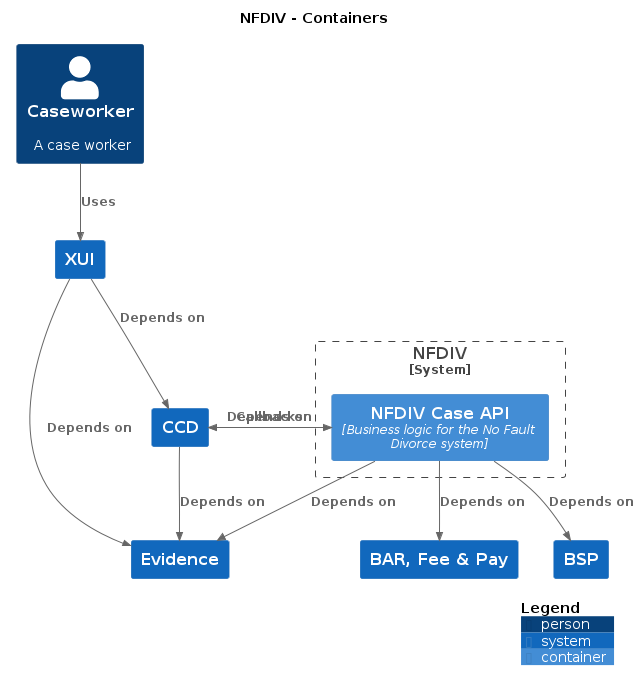
Above: docs/c4/nfdiv/images/structurizr-nfdiv-caseworker.png in hmcts/cnp-api-docs (PlantUML), before the change. Its diagram source:
```plantuml
@startuml
set separator none
title NFDIV - Containers

top to bottom direction

!include <C4/C4>
!include <C4/C4_Context>
!include <C4/C4_Container>

Person(Caseworker, "Caseworker", "A case worker", $tags="")
System(BSP, "BSP", "", $tags="")
System(CCD, "CCD", "", $tags="")
System(BARFeePay, "BAR, Fee & Pay", "", $tags="")
System(Evidence, "Evidence", "", $tags="")
System(XUI, "XUI", "", $tags="")

System_Boundary("NFDIV_boundary", "NFDIV", $tags="") {
  Container(NFDIV.NFDIVCaseAPI, "NFDIV Case API", "Business logic for the No Fault Divorce system", $tags="")
}

Rel_D(CCD, Evidence, "Depends on", $tags="")
Rel_D(XUI, Evidence, "Depends on", $tags="")
Rel_D(XUI, CCD, "Depends on", $tags="")
Rel_D(NFDIV.NFDIVCaseAPI, CCD, "Depends on", $tags="")
Rel_D(NFDIV.NFDIVCaseAPI, BARFeePay, "Depends on", $tags="")
Rel_D(NFDIV.NFDIVCaseAPI, Evidence, "Depends on", $tags="")
Rel_D(NFDIV.NFDIVCaseAPI, BSP, "Depends on", $tags="")
Rel_D(Caseworker, XUI, "Uses", $tags="")
Rel_D(CCD, NFDIV.NFDIVCaseAPI, "Callbacks", $tags="")

SHOW_DYNAMIC_LEGEND()
@enduml
```
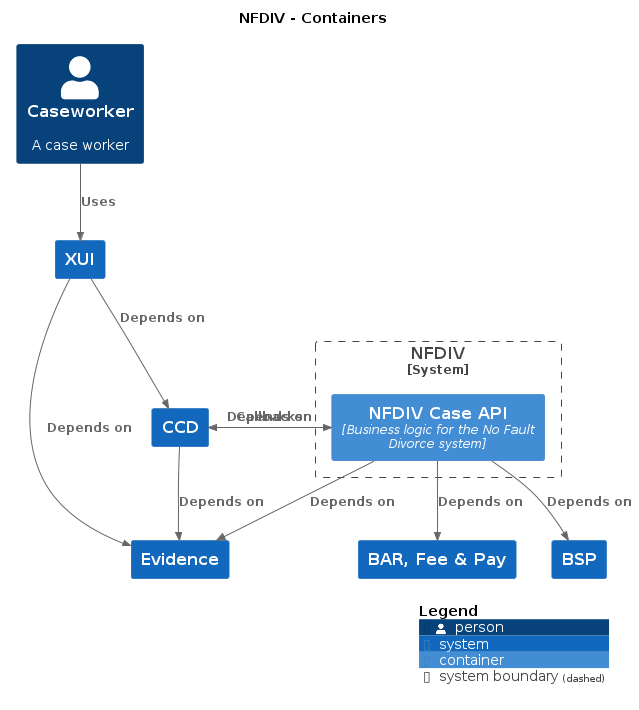
The same diagram one commit later.

Diff of the diagram source:
```diff
@@ -9,8 +9,8 @@
 !include <C4/C4_Container>
 
 Person(Caseworker, "Caseworker", "A case worker", $tags="")
+System(CCD, "CCD", "", $tags="")
 System(BSP, "BSP", "", $tags="")
-System(CCD, "CCD", "", $tags="")
 System(BARFeePay, "BAR, Fee & Pay", "", $tags="")
 System(Evidence, "Evidence", "", $tags="")
 System(XUI, "XUI", "", $tags="")
```
